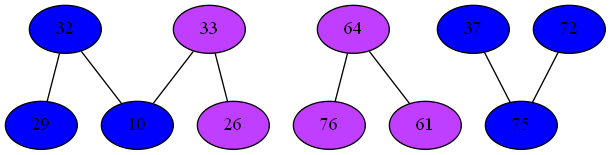
Earlier version of the Graphviz export Compiler/2phiGraph.png (mbajaj92/Project-Astoria). Its source is kept beside it as Compiler/2phiGraph.dot.
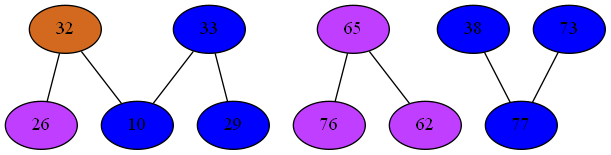
After the change.

The edit, as a diff of the source:
```diff
@@ -1,29 +1,29 @@
 strict graph {
-32[label="32" style=filled fillcolor="blue1"];
+32[label="32" style=filled fillcolor="chocolate"];
 32 -- 10
-32 -- 29
-64[label="64" style=filled fillcolor="darkorchid1"];
-64 -- 76
-64 -- 61
-33[label="33" style=filled fillcolor="darkorchid1"];
+32 -- 26
+33[label="33" style=filled fillcolor="blue1"];
 33 -- 10
-33 -- 26
-37[label="37" style=filled fillcolor="blue1"];
-37 -- 75
-72[label="72" style=filled fillcolor="blue1"];
-72 -- 75
+33 -- 29
+65[label="65" style=filled fillcolor="darkorchid1"];
+65 -- 76
+65 -- 62
+38[label="38" style=filled fillcolor="blue1"];
+38 -- 77
+73[label="73" style=filled fillcolor="blue1"];
+73 -- 77
 10[label="10" style=filled fillcolor="blue1"];
 10 -- 32
 10 -- 33
 26[label="26" style=filled fillcolor="darkorchid1"];
-26 -- 33
-75[label="75" style=filled fillcolor="blue1"];
-75 -- 37
-75 -- 72
+26 -- 32
 76[label="76" style=filled fillcolor="darkorchid1"];
-76 -- 64
+76 -- 65
 29[label="29" style=filled fillcolor="blue1"];
-29 -- 32
-61[label="61" style=filled fillcolor="darkorchid1"];
-61 -- 64
+29 -- 33
+77[label="77" style=filled fillcolor="blue1"];
+77 -- 38
+77 -- 73
+62[label="62" style=filled fillcolor="darkorchid1"];
+62 -- 65
 }
```
